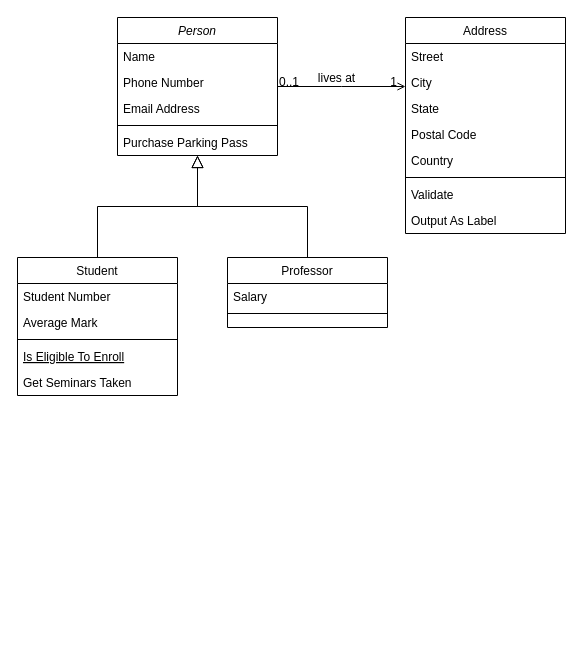
The draw.io diagram drawio/Untitled Diagram.drawio in nuthanc/terminal-feed, before the edit. Source tidied: cells renumbered, new cells numbered last; positions are measured from the earlier drawing's top-left corner, leaving out a move shared by most shapes. Both pictures are drawn from the tidied source at 100%, with x=0, y=0 at pixel (17, 17).
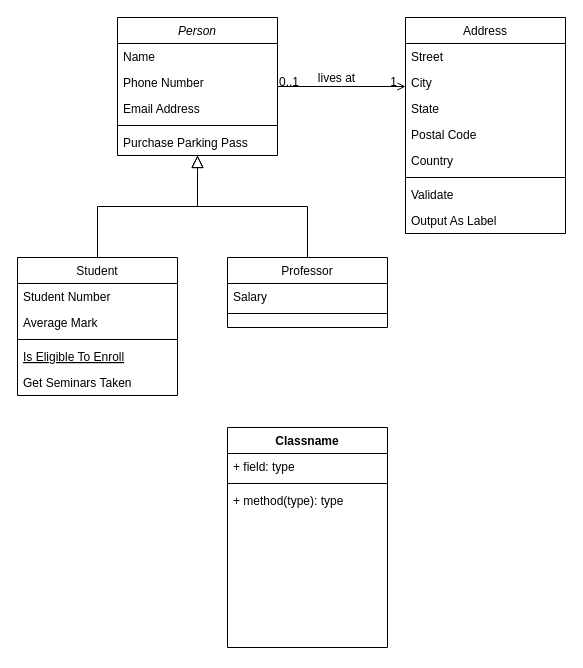
The same diagram, later.

Diff of the diagram source:
```diff
@@
+    <mxCell id="32" value="Classname" style="swimlane;fontStyle=1;align=center;verticalAlign=top;horizontal=1;startSize=26;whiteSpace=wrap;html=1;" parent="1" vertex="1">
+      <mxGeometry x="210" y="410" width="160" height="220" as="geometry" />
+    </mxCell>
+    <mxCell id="33" value="+ field: type" style="text;strokeColor=none;fillColor=none;align=left;verticalAlign=top;spacingLeft=4;spacingRight=4;overflow=hidden;whiteSpace=wrap;html=1;" parent="32" vertex="1">
+      <mxGeometry y="26" width="160" height="26" as="geometry" />
+    </mxCell>
+    <mxCell id="34" style="line;strokeWidth=1;fillColor=none;align=left;verticalAlign=middle;spacingTop=-1;spacingLeft=3;spacingRight=3;labelPosition=right;strokeColor=inherit;" parent="32" vertex="1">
+      <mxGeometry y="52" width="160" height="8" as="geometry" />
+    </mxCell>
+    <mxCell id="35" value="+ method(type): type" style="text;strokeColor=none;fillColor=none;align=left;verticalAlign=top;spacingLeft=4;spacingRight=4;overflow=hidden;whiteSpace=wrap;html=1;" parent="32" vertex="1">
+      <mxGeometry y="60" width="160" height="160" as="geometry" />
+    </mxCell>
```
